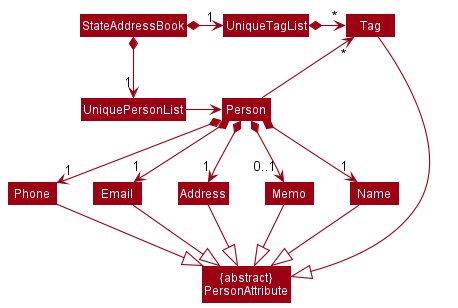
The PlantUML diagram docs/images/BetterModelClassDiagram.png in tandeshao/tp, before a commit.
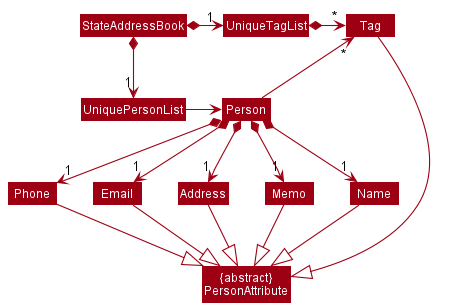
The same file after the commit.

Commit message:
Update Memo multiplicity

Diff of the diagram source:
```diff
@@ -18,7 +18,7 @@
 Person *--> "1" Phone
 Person *--> "1" Email
 Person *--> "1" Address
-Person *--> "0..1" Memo
+Person *--> "1" Memo
 
 
 Name -down-|> PersonAttribute
```
